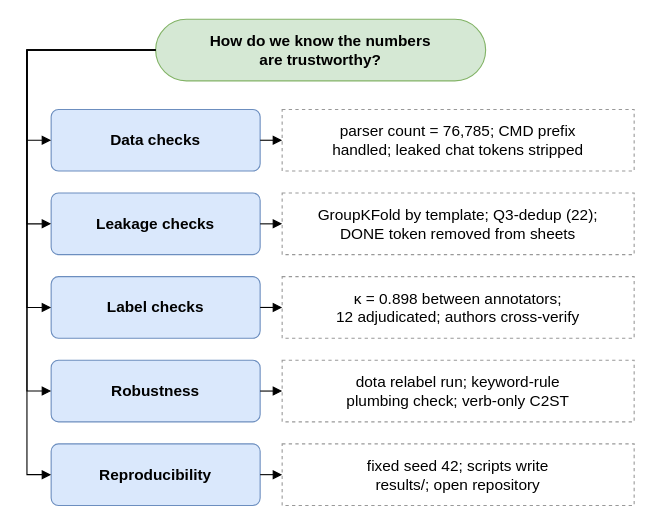
This is report/diagrams/d20_validation_checks.drawio from parthkansal823/Honeypot_RedTeaming-paper, a draw.io file, before an edit. Source tidied: cells renumbered, new cells numbered last; positions are measured from the earlier drawing's top-left corner, leaving out a move shared by most shapes. Both pictures are drawn from the tidied source at 110%, with x=0, y=0 at pixel (26, 19).
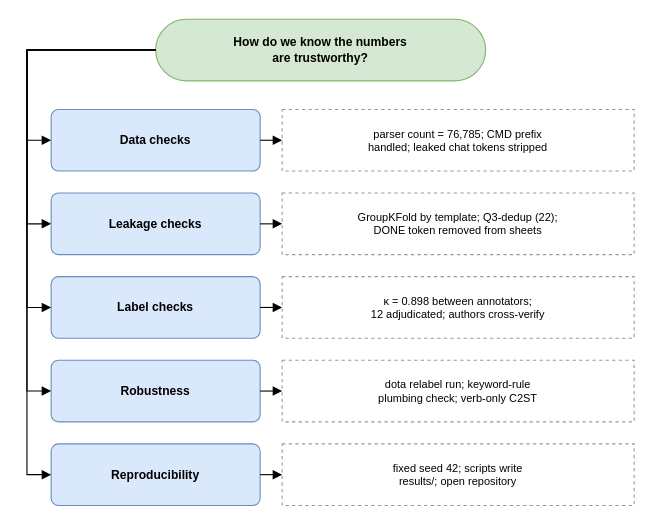
Above is the later version.

What changed in the source:
```diff
@@
-    <mxCell id="2" value="How do we know the numbers&lt;br&gt;are trustworthy?" style="rounded=1;arcSize=50;whiteSpace=wrap;html=1;fillColor=#D5E8D4;strokeColor=#82B366;fontFamily=Arial;fontSize=14;fontStyle=1;" parent="1" vertex="1">
+    <mxCell id="2" value="How do we know the numbers&lt;br&gt;are trustworthy?" style="rounded=1;arcSize=50;whiteSpace=wrap;html=1;fillColor=#D5E8D4;strokeColor=#82B366;fontFamily=Arial;fontSize=11;fontStyle=1;" parent="1" vertex="1">
       <mxGeometry x="117" width="300" height="56" as="geometry" />
     </mxCell>
-    <mxCell id="3" value="Data checks" style="rounded=1;arcSize=12;whiteSpace=wrap;html=1;fillColor=#DAE8FC;strokeColor=#6C8EBF;fontFamily=Arial;fontSize=14;fontStyle=1;" parent="1" vertex="1">
+    <mxCell id="3" value="Data checks" style="rounded=1;arcSize=12;whiteSpace=wrap;html=1;fillColor=#DAE8FC;strokeColor=#6C8EBF;fontFamily=Arial;fontSize=11;fontStyle=1;" parent="1" vertex="1">
       <mxGeometry x="22" y="82" width="190" height="56" as="geometry" />
     </mxCell>
-    <mxCell id="4" value="parser count = 76,785; CMD prefix&lt;br&gt;handled; leaked chat tokens stripped" style="rounded=0;dashed=1;whiteSpace=wrap;html=1;fillColor=#FFFFFF;strokeColor=#999999;fontFamily=Arial;fontSize=14;" parent="1" vertex="1">
+    <mxCell id="4" value="parser count = 76,785; CMD prefix&lt;br&gt;handled; leaked chat tokens stripped" style="rounded=0;dashed=1;whiteSpace=wrap;html=1;fillColor=#FFFFFF;strokeColor=#999999;fontFamily=Arial;fontSize=10;" parent="1" vertex="1">
       <mxGeometry x="232" y="82" width="320" height="56" as="geometry" />
     </mxCell>
-    <mxCell id="5" value="Leakage checks" style="rounded=1;arcSize=12;whiteSpace=wrap;html=1;fillColor=#DAE8FC;strokeColor=#6C8EBF;fontFamily=Arial;fontSize=14;fontStyle=1;" parent="1" vertex="1">
+    <mxCell id="5" value="Leakage checks" style="rounded=1;arcSize=12;whiteSpace=wrap;html=1;fillColor=#DAE8FC;strokeColor=#6C8EBF;fontFamily=Arial;fontSize=11;fontStyle=1;" parent="1" vertex="1">
       <mxGeometry x="22" y="158" width="190" height="56" as="geometry" />
     </mxCell>
-    <mxCell id="6" value="GroupKFold by template; Q3-dedup (22);&lt;br&gt;DONE token removed from sheets" style="rounded=0;dashed=1;whiteSpace=wrap;html=1;fillColor=#FFFFFF;strokeColor=#999999;fontFamily=Arial;fontSize=14;" parent="1" vertex="1">
+    <mxCell id="6" value="GroupKFold by template; Q3-dedup (22);&lt;br&gt;DONE token removed from sheets" style="rounded=0;dashed=1;whiteSpace=wrap;html=1;fillColor=#FFFFFF;strokeColor=#999999;fontFamily=Arial;fontSize=10;" parent="1" vertex="1">
       <mxGeometry x="232" y="158" width="320" height="56" as="geometry" />
     </mxCell>
-    <mxCell id="7" value="Label checks" style="rounded=1;arcSize=12;whiteSpace=wrap;html=1;fillColor=#DAE8FC;strokeColor=#6C8EBF;fontFamily=Arial;fontSize=14;fontStyle=1;" parent="1" vertex="1">
+    <mxCell id="7" value="Label checks" style="rounded=1;arcSize=12;whiteSpace=wrap;html=1;fillColor=#DAE8FC;strokeColor=#6C8EBF;fontFamily=Arial;fontSize=11;fontStyle=1;" parent="1" vertex="1">
       <mxGeometry x="22" y="234" width="190" height="56" as="geometry" />
     </mxCell>
-    <mxCell id="8" value="κ = 0.898 between annotators;&lt;br&gt;12 adjudicated; authors cross-verify" style="rounded=0;dashed=1;whiteSpace=wrap;html=1;fillColor=#FFFFFF;strokeColor=#999999;fontFamily=Arial;fontSize=14;" parent="1" vertex="1">
+    <mxCell id="8" value="κ = 0.898 between annotators;&lt;br&gt;12 adjudicated; authors cross-verify" style="rounded=0;dashed=1;whiteSpace=wrap;html=1;fillColor=#FFFFFF;strokeColor=#999999;fontFamily=Arial;fontSize=10;" parent="1" vertex="1">
       <mxGeometry x="232" y="234" width="320" height="56" as="geometry" />
     </mxCell>
-    <mxCell id="9" value="Robustness" style="rounded=1;arcSize=12;whiteSpace=wrap;html=1;fillColor=#DAE8FC;strokeColor=#6C8EBF;fontFamily=Arial;fontSize=14;fontStyle=1;" parent="1" vertex="1">
+    <mxCell id="9" value="Robustness" style="rounded=1;arcSize=12;whiteSpace=wrap;html=1;fillColor=#DAE8FC;strokeColor=#6C8EBF;fontFamily=Arial;fontSize=11;fontStyle=1;" parent="1" vertex="1">
       <mxGeometry x="22" y="310" width="190" height="56" as="geometry" />
     </mxCell>
-    <mxCell id="10" value="dota relabel run; keyword-rule&lt;br&gt;plumbing check; verb-only C2ST" style="rounded=0;dashed=1;whiteSpace=wrap;html=1;fillColor=#FFFFFF;strokeColor=#999999;fontFamily=Arial;fontSize=14;" parent="1" vertex="1">
+    <mxCell id="10" value="dota relabel run; keyword-rule&lt;br&gt;plumbing check; verb-only C2ST" style="rounded=0;dashed=1;whiteSpace=wrap;html=1;fillColor=#FFFFFF;strokeColor=#999999;fontFamily=Arial;fontSize=10;" parent="1" vertex="1">
       <mxGeometry x="232" y="310" width="320" height="56" as="geometry" />
     </mxCell>
-    <mxCell id="11" value="Reproducibility" style="rounded=1;arcSize=12;whiteSpace=wrap;html=1;fillColor=#DAE8FC;strokeColor=#6C8EBF;fontFamily=Arial;fontSize=14;fontStyle=1;" parent="1" vertex="1">
+    <mxCell id="11" value="Reproducibility" style="rounded=1;arcSize=12;whiteSpace=wrap;html=1;fillColor=#DAE8FC;strokeColor=#6C8EBF;fontFamily=Arial;fontSize=11;fontStyle=1;" parent="1" vertex="1">
       <mxGeometry x="22" y="386" width="190" height="56" as="geometry" />
     </mxCell>
-    <mxCell id="12" value="fixed seed 42; scripts write&lt;br&gt;results/; open repository" style="rounded=0;dashed=1;whiteSpace=wrap;html=1;fillColor=#FFFFFF;strokeColor=#999999;fontFamily=Arial;fontSize=14;" parent="1" vertex="1">
+    <mxCell id="12" value="fixed seed 42; scripts write&lt;br&gt;results/; open repository" style="rounded=0;dashed=1;whiteSpace=wrap;html=1;fillColor=#FFFFFF;strokeColor=#999999;fontFamily=Arial;fontSize=10;" parent="1" vertex="1">
       <mxGeometry x="232" y="386" width="320" height="56" as="geometry" />
     </mxCell>
```
